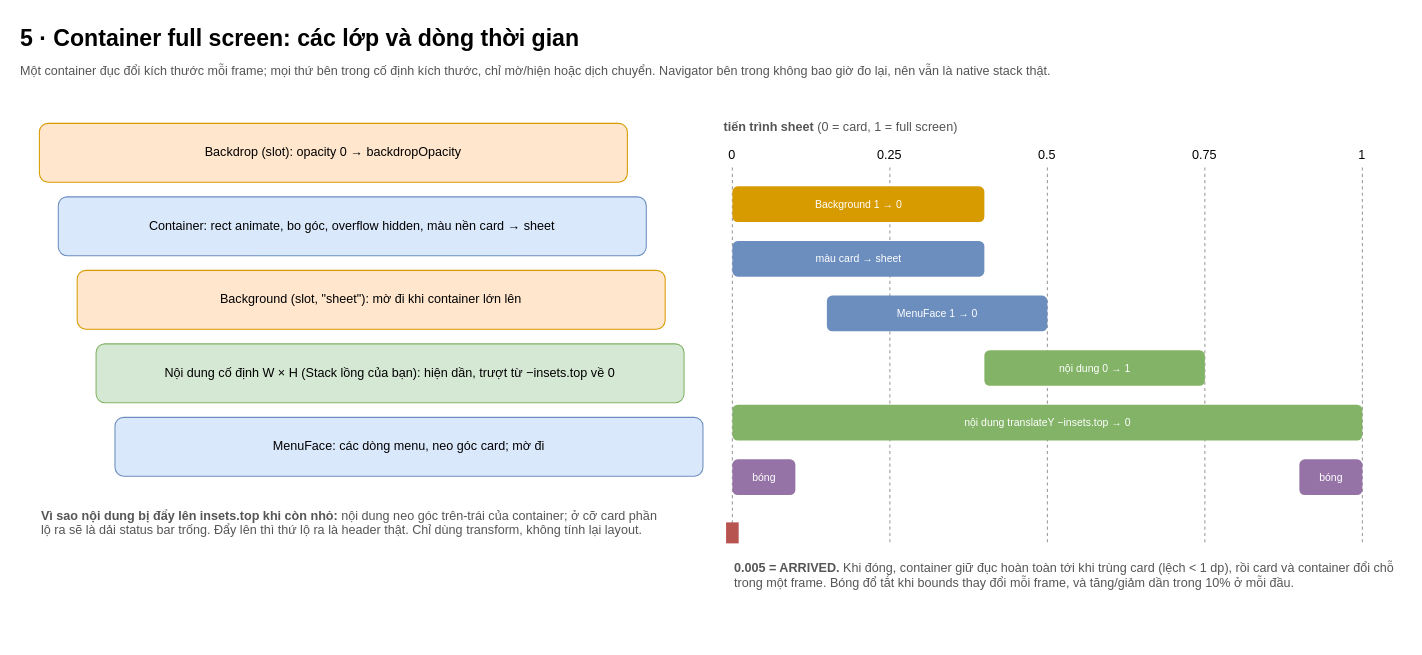
Earlier version of the draw.io diagram page "5 · Container: các lớp và dòng thời gian" (5 of 7) of docs/diagrams/expo-morph-menu.vi.drawio (anhtuank7c/expo-morph-menu). Source tidied: cells renumbered, new cells numbered last; positions are measured from the earlier drawing's top-left corner, leaving out a move shared by most shapes. Both pictures are drawn from the tidied source at 105%, with x=0, y=0 at pixel (18, 18).
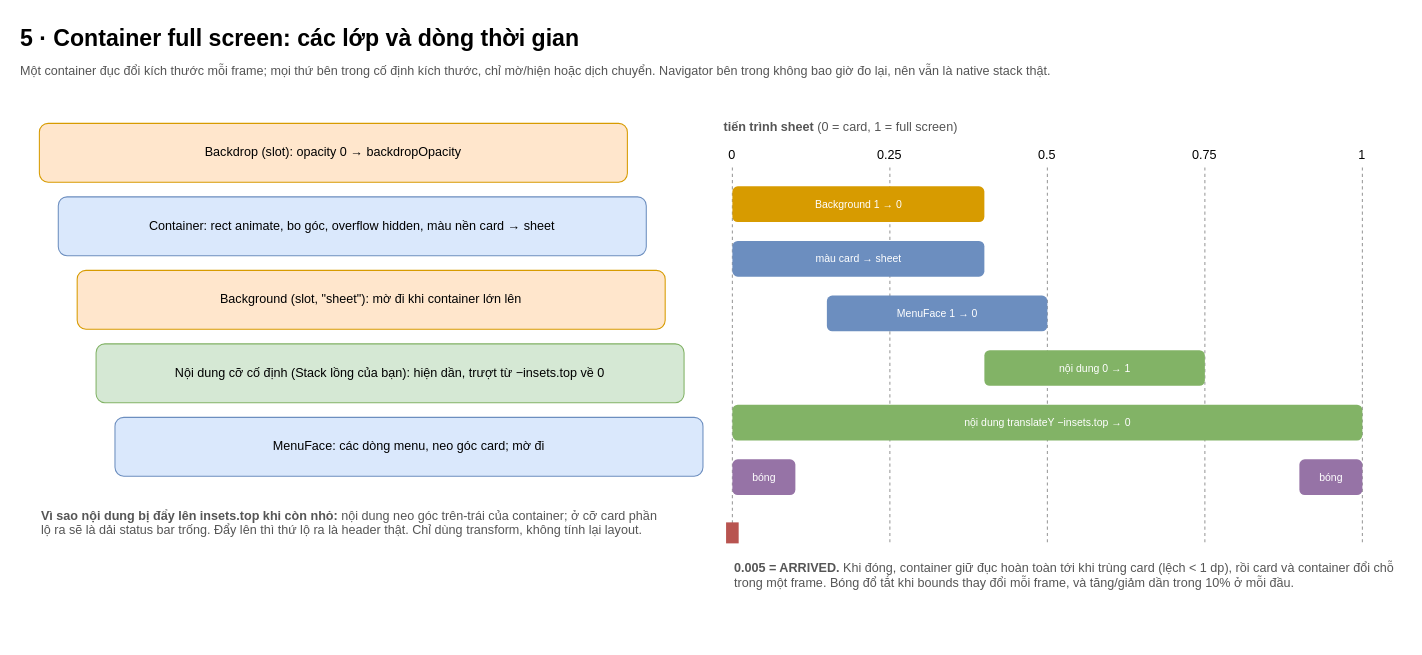
Above is the later version.

Diff of the diagram source:
```diff
@@
-    <mxCell id="7" value="Nội dung cố định W × H (Stack lồng của bạn): hiện dần, trượt từ −insets.top về 0" style="rounded=1;whiteSpace=wrap;html=1;fillColor=#d5e8d4;strokeColor=#82b366;" parent="1" vertex="1">
+    <mxCell id="7" value="Nội dung cỡ cố định (Stack lồng của bạn): hiện dần, trượt từ −insets.top về 0" style="rounded=1;whiteSpace=wrap;html=1;fillColor=#d5e8d4;strokeColor=#82b366;" parent="1" vertex="1">
       <mxGeometry x="74" y="310" width="560" height="56" as="geometry" />
     </mxCell>
```
